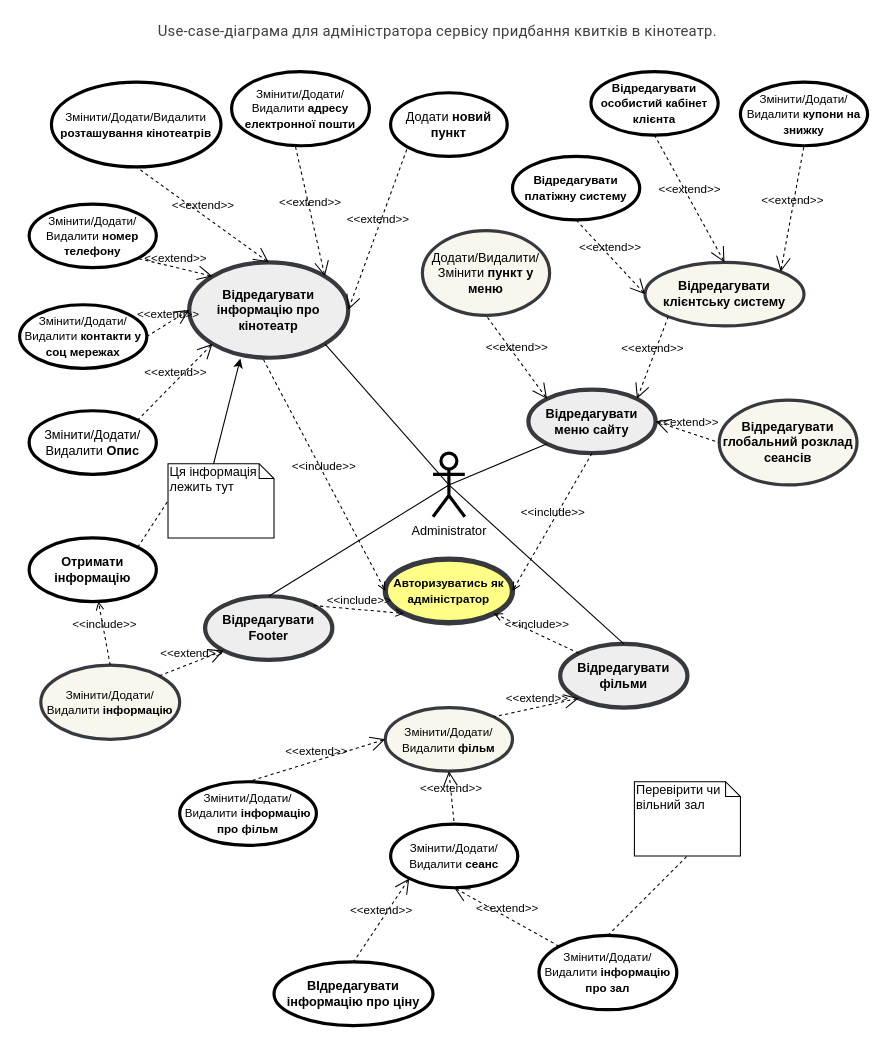
The draw.io diagram Homework1.drawio in pashokred/uml, before the edit. Source tidied: cells renumbered, new cells numbered last; positions are measured from the earlier drawing's top-left corner, leaving out a move shared by most shapes. Both pictures are drawn from the tidied source at 106%, with x=0, y=0 at pixel (19, 18).
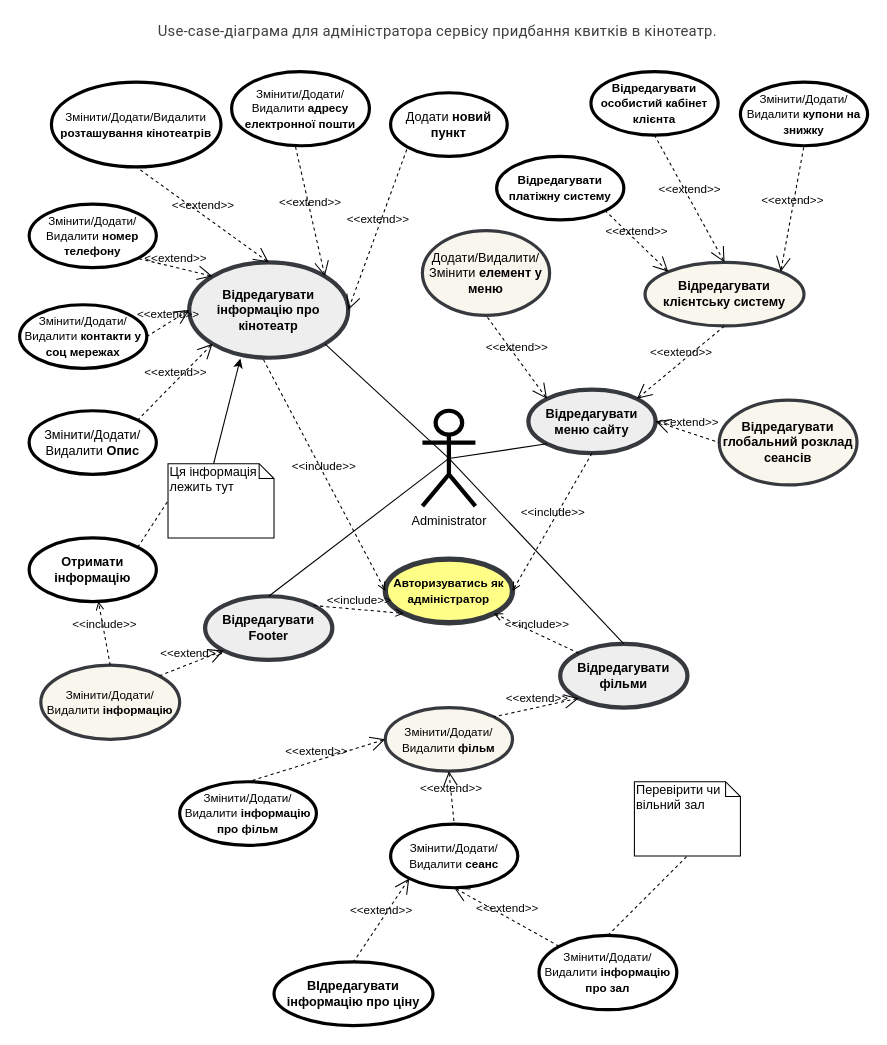
After the change.

The change refers to these unchanged cells:
```xml
<mxCell id="7" value="Відредагувати меню сайту" style="shape=ellipse;html=1;strokeWidth=4;fontStyle=1;whiteSpace=wrap;align=center;perimeter=ellipsePerimeter;shadow=0;sketch=0;fillColor=#eeeeee;strokeColor=#36393d;" parent="1" vertex="1">
  <mxGeometry x="480" y="350" width="120" height="60" as="geometry" />
</mxCell>
<mxCell id="24" value="Відредагувати клієнтську систему" style="shape=ellipse;html=1;strokeWidth=3;fontStyle=1;whiteSpace=wrap;align=center;perimeter=ellipsePerimeter;shadow=0;sketch=0;fillColor=#f9f7ed;strokeColor=#36393d;" parent="1" vertex="1">
  <mxGeometry x="590" y="230" width="150" height="60" as="geometry" />
</mxCell>
```

Change to the diagram source:
```diff
@@
-    <mxCell id="3" value="Administrator" style="shape=umlActor;html=1;verticalLabelPosition=bottom;verticalAlign=top;align=center;strokeWidth=3;" parent="1" vertex="1">
-      <mxGeometry x="390" y="410" width="30" height="60" as="geometry" />
+    <mxCell id="3" value="Administrator" style="shape=umlActor;html=1;verticalLabelPosition=bottom;verticalAlign=top;align=center;strokeWidth=4;" parent="1" vertex="1">
+      <mxGeometry x="380" y="370" width="50" height="90" as="geometry" />
     </mxCell>
@@
-    <mxCell id="22" value="&lt;span style=&quot;font-weight: normal&quot;&gt;Додати/Видалити/Змінити&amp;nbsp;&lt;/span&gt;пункт у меню" style="shape=ellipse;html=1;strokeWidth=3;fontStyle=1;whiteSpace=wrap;align=center;perimeter=ellipsePerimeter;shadow=0;sketch=0;fillColor=#f9f7ed;strokeColor=#36393d;" parent="1" vertex="1">
+    <mxCell id="22" value="&lt;span style=&quot;font-weight: normal&quot;&gt;Додати/Видалити/Змінити &lt;/span&gt;елемент&amp;nbsp;у меню" style="shape=ellipse;html=1;strokeWidth=3;fontStyle=1;whiteSpace=wrap;align=center;perimeter=ellipsePerimeter;shadow=0;sketch=0;fillColor=#f9f7ed;strokeColor=#36393d;" parent="1" vertex="1">
       <mxGeometry x="380" y="200" width="120" height="80" as="geometry" />
     </mxCell>
@@
-    <mxCell id="32" value="&amp;lt;&amp;lt;extend&amp;gt;&amp;gt;" style="edgeStyle=none;html=1;startArrow=open;endArrow=none;startSize=12;verticalAlign=bottom;dashed=1;labelBackgroundColor=none;entryX=0;entryY=1;entryDx=0;entryDy=0;exitX=1;exitY=0;exitDx=0;exitDy=0;" parent="1" edge="1" source="7" target="24">
+    <mxCell id="32" value="&amp;lt;&amp;lt;extend&amp;gt;&amp;gt;" style="edgeStyle=none;html=1;startArrow=open;endArrow=none;startSize=12;verticalAlign=bottom;dashed=1;labelBackgroundColor=none;entryX=0.5;entryY=1;entryDx=0;entryDy=0;exitX=1;exitY=0;exitDx=0;exitDy=0;" parent="1" edge="1" source="7" target="24">
       <mxGeometry relative="1" as="geometry" />
     </mxCell>
@@
     <mxCell id="35" value="&lt;font style=&quot;font-size: 11px&quot;&gt;Відредагувати платіжну систему&lt;/font&gt;" style="shape=ellipse;html=1;strokeWidth=3;fontStyle=1;whiteSpace=wrap;align=center;perimeter=ellipsePerimeter;shadow=0;sketch=0;" parent="1" vertex="1">
-      <mxGeometry x="465" y="130" width="120" height="60" as="geometry" />
+      <mxGeometry x="450" y="130" width="120" height="60" as="geometry" />
     </mxCell>
-    <mxCell id="36" value="&amp;lt;&amp;lt;extend&amp;gt;&amp;gt;" style="edgeStyle=none;html=1;startArrow=open;endArrow=none;startSize=12;verticalAlign=bottom;dashed=1;labelBackgroundColor=none;entryX=0.5;entryY=1;entryDx=0;entryDy=0;exitX=0;exitY=0.5;exitDx=0;exitDy=0;" parent="1" edge="1" source="24" target="35">
+    <mxCell id="36" value="&amp;lt;&amp;lt;extend&amp;gt;&amp;gt;" style="edgeStyle=none;html=1;startArrow=open;endArrow=none;startSize=12;verticalAlign=bottom;dashed=1;labelBackgroundColor=none;exitX=0;exitY=0;exitDx=0;exitDy=0;entryX=1;entryY=1;entryDx=0;entryDy=0;" parent="1" edge="1" source="24" target="35">
       <mxGeometry relative="1" as="geometry" />
     </mxCell>
```
